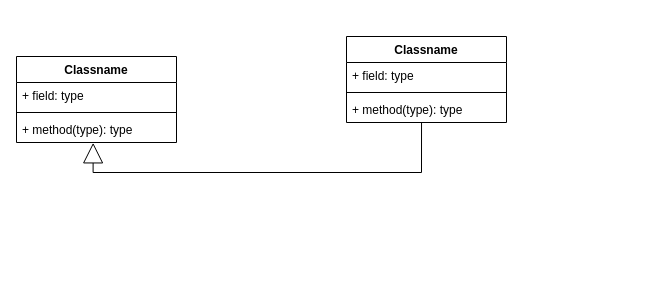
Above: testfile/Untitled Diagram.drawio in spinnoza/diagrams (draw.io), before the change. Source tidied: cells renumbered, new cells numbered last; positions are measured from the earlier drawing's top-left corner, leaving out a move shared by most shapes. Both pictures are drawn from the tidied source at 100%, with x=0, y=0 at pixel (16, 36).
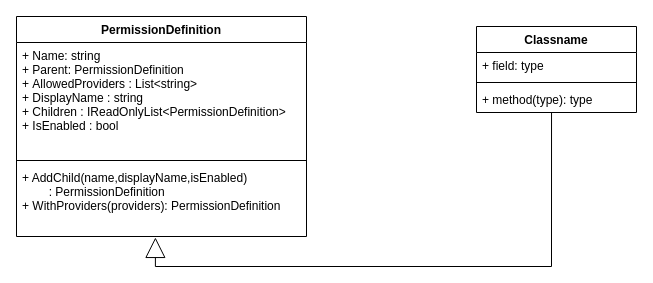
Above is the later version.

What changed in the source:
```diff
@@
 <mxGraphModel>
   <root>
     <mxCell id="0" />
     <mxCell id="1" parent="0" />
-    <mxCell id="2" value="Classname" style="swimlane;fontStyle=1;align=center;verticalAlign=top;horizontal=1;startSize=26;" parent="1" vertex="1">
-      <mxGeometry y="20" width="160" height="86" as="geometry" />
+    <mxCell id="2" value="PermissionDefinition" style="swimlane;fontStyle=1;align=center;verticalAlign=top;horizontal=1;startSize=26;" parent="1" vertex="1">
+      <mxGeometry y="-20" width="290" height="220" as="geometry" />
     </mxCell>
-    <mxCell id="3" value="+ field: type" style="text;strokeColor=none;fillColor=none;align=left;verticalAlign=top;spacingLeft=4;spacingRight=4;overflow=hidden;" parent="2" vertex="1">
-      <mxGeometry y="26" width="160" height="26" as="geometry" />
+    <mxCell id="3" value="+ Name: string&#10;+ Parent: PermissionDefinition&#10;+ AllowedProviders : List&lt;string&gt;&#10;+ DisplayName : string&#10;+ Children : IReadOnlyList&lt;PermissionDefinition&gt;&#10;+ IsEnabled : bool" style="text;strokeColor=none;fillColor=none;align=left;verticalAlign=top;spacingLeft=4;spacingRight=4;overflow=hidden;" parent="2" vertex="1">
+      <mxGeometry y="26" width="290" height="114" as="geometry" />
     </mxCell>
     <mxCell id="4" style="line;strokeWidth=1;fillColor=none;align=left;verticalAlign=middle;spacingTop=-1;spacingLeft=3;spacingRight=3;labelPosition=right;" parent="2" vertex="1">
-      <mxGeometry y="52" width="160" height="8" as="geometry" />
+      <mxGeometry y="140" width="290" height="8" as="geometry" />
     </mxCell>
-    <mxCell id="5" value="+ method(type): type" style="text;strokeColor=none;fillColor=none;align=left;verticalAlign=top;spacingLeft=4;spacingRight=4;overflow=hidden;points=[[0,0.5],[1,0.5]];portConstraint=eastwest;" parent="2" vertex="1">
-      <mxGeometry y="60" width="160" height="26" as="geometry" />
+    <mxCell id="5" value="+ AddChild(name,displayName,isEnabled) &#10;        : PermissionDefinition&#10;+ WithProviders(providers): PermissionDefinition" style="text;strokeColor=none;fillColor=none;align=left;verticalAlign=top;spacingLeft=4;spacingRight=4;overflow=hidden;points=[[0,0.5],[1,0.5]];portConstraint=eastwest;" parent="2" vertex="1">
+      <mxGeometry y="148" width="290" height="72" as="geometry" />
     </mxCell>
     <mxCell id="6" style="edgeStyle=orthogonalEdgeStyle;shape=connector;rounded=0;jettySize=auto;html=1;entryX=0.479;entryY=1.013;entryDx=0;entryDy=0;entryPerimeter=0;labelBackgroundColor=default;fontFamily=Helvetica;fontSize=11;fontColor=default;endArrow=block;endFill=0;endSize=18;strokeColor=default;strokeWidth=1;exitX=0.469;exitY=0.981;exitDx=0;exitDy=0;exitPerimeter=0;" parent="1" edge="1" source="10" target="5">
       <mxGeometry relative="1" as="geometry" />
     </mxCell>
     <mxCell id="7" value="Classname" style="swimlane;fontStyle=1;align=center;verticalAlign=top;horizontal=1;startSize=26;" parent="1" vertex="1">
-      <mxGeometry x="330" width="160" height="86" as="geometry" />
+      <mxGeometry x="460" y="-10" width="160" height="86" as="geometry" />
     </mxCell>
     <mxCell id="8" value="+ field: type" style="text;strokeColor=none;fillColor=none;align=left;verticalAlign=top;spacingLeft=4;spacingRight=4;overflow=hidden;" parent="7" vertex="1">
       <mxGeometry y="26" width="160" height="26" as="geometry" />
     </mxCell>
     <mxCell id="9" style="line;strokeWidth=1;fillColor=none;align=left;verticalAlign=middle;spacingTop=-1;spacingLeft=3;spacingRight=3;labelPosition=right;" parent="7" vertex="1">
       <mxGeometry y="52" width="160" height="8" as="geometry" />
     </mxCell>
     <mxCell id="10" value="+ method(type): type" style="text;strokeColor=none;fillColor=none;align=left;verticalAlign=top;spacingLeft=4;spacingRight=4;overflow=hidden;points=[[0,0.5],[1,0.5]];portConstraint=eastwest;" parent="7" vertex="1">
       <mxGeometry y="60" width="160" height="26" as="geometry" />
     </mxCell>
   </root>
 </mxGraphModel>
```
